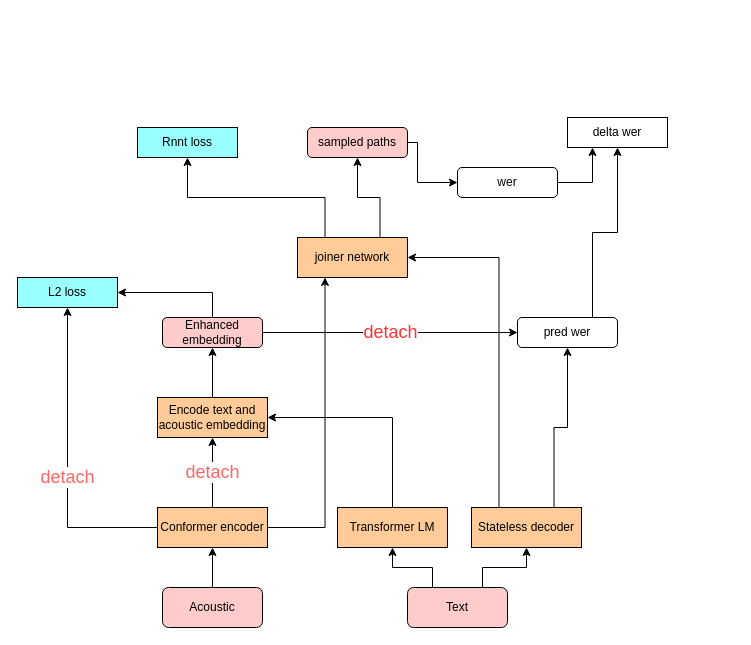
pkufool/drawio keeps this draw.io diagram as work/mbr_structure.drawio. Above is the earlier version. Source tidied: cells renumbered, new cells numbered last; positions are measured from the earlier drawing's top-left corner, leaving out a move shared by most shapes. Both pictures are drawn from the tidied source at 100%, with x=0, y=0 at pixel (17, 117).
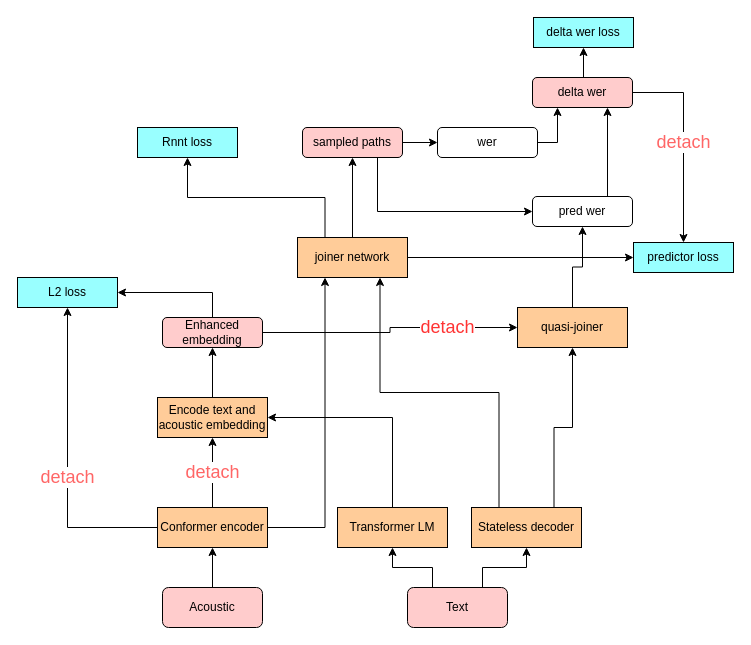
Above is the later version.

The change refers to these unchanged cells:
```xml
<mxCell id="11" value="Stateless decoder" style="rounded=0;whiteSpace=wrap;html=1;fillColor=#FFCC99;" parent="1" vertex="1">
  <mxGeometry x="454" y="390" width="110" height="40" as="geometry" />
</mxCell>
<mxCell id="21" value="Enhanced embedding" style="rounded=1;whiteSpace=wrap;html=1;fillColor=#FFCCCC;" parent="1" vertex="1">
  <mxGeometry x="145" y="200" width="100" height="30" as="geometry" />
</mxCell>
<mxCell id="25" value="joiner network" style="rounded=0;whiteSpace=wrap;html=1;fillColor=#FFCC99;" parent="1" vertex="1">
  <mxGeometry x="280" y="120" width="110" height="40" as="geometry" />
</mxCell>
```

The edit, as a diff of the source:
```diff
@@
-    <mxCell id="9" style="edgeStyle=orthogonalEdgeStyle;rounded=0;jettySize=auto;html=1;exitX=0.25;exitY=0;exitDx=0;exitDy=0;entryX=1;entryY=0.5;entryDx=0;entryDy=0;" parent="1" edge="1" source="11" target="25">
+    <mxCell id="9" style="edgeStyle=orthogonalEdgeStyle;rounded=0;jettySize=auto;html=1;exitX=0.25;exitY=0;exitDx=0;exitDy=0;entryX=0.75;entryY=1;entryDx=0;entryDy=0;" parent="1" edge="1" source="11" target="25">
       <mxGeometry relative="1" as="geometry" />
     </mxCell>
-    <mxCell id="10" style="edgeStyle=orthogonalEdgeStyle;rounded=0;jettySize=auto;html=1;exitX=0.75;exitY=0;exitDx=0;exitDy=0;entryX=0.5;entryY=1;entryDx=0;entryDy=0;" parent="1" edge="1" source="11" target="30">
+    <mxCell id="10" style="edgeStyle=orthogonalEdgeStyle;rounded=0;jettySize=auto;html=1;exitX=0.75;exitY=0;exitDx=0;exitDy=0;entryX=0.5;entryY=1;entryDx=0;entryDy=0;" parent="1" edge="1" source="11" target="39">
       <mxGeometry relative="1" as="geometry" />
     </mxCell>
@@
-    <mxCell id="20" value="&lt;font color=&quot;#ff3333&quot; style=&quot;font-size: 18px;&quot;&gt;detach&lt;/font&gt;" style="edgeStyle=orthogonalEdgeStyle;rounded=0;jettySize=auto;html=1;exitX=1;exitY=0.5;exitDx=0;exitDy=0;entryX=0;entryY=0.5;entryDx=0;entryDy=0;" parent="1" edge="1" source="21" target="30">
-      <mxGeometry relative="1" as="geometry" />
+    <mxCell id="20" value="&lt;font color=&quot;#ff3333&quot; style=&quot;font-size: 18px;&quot;&gt;detach&lt;/font&gt;" style="edgeStyle=orthogonalEdgeStyle;rounded=0;jettySize=auto;html=1;exitX=1;exitY=0.5;exitDx=0;exitDy=0;entryX=0;entryY=0.5;entryDx=0;entryDy=0;" parent="1" edge="1" source="21" target="39">
+      <mxGeometry x="0.46" relative="1" as="geometry" />
     </mxCell>
@@
-    <mxCell id="23" style="edgeStyle=orthogonalEdgeStyle;rounded=0;jettySize=auto;html=1;exitX=0.75;exitY=0;exitDx=0;exitDy=0;entryX=0.5;entryY=1;entryDx=0;entryDy=0;" parent="1" edge="1" source="25" target="27">
+    <mxCell id="23" style="edgeStyle=orthogonalEdgeStyle;rounded=0;jettySize=auto;html=1;exitX=0.5;exitY=0;exitDx=0;exitDy=0;entryX=0.5;entryY=1;entryDx=0;entryDy=0;" parent="1" edge="1" source="25" target="27">
       <mxGeometry relative="1" as="geometry" />
     </mxCell>
@@
+    <mxCell id="34" style="edgeStyle=orthogonalEdgeStyle;rounded=0;jettySize=auto;html=1;exitX=1;exitY=0.5;exitDx=0;exitDy=0;entryX=0;entryY=0.5;entryDx=0;entryDy=0;fontSize=18;fontColor=#FF6666;" parent="1" edge="1" source="25" target="40">
+      <mxGeometry relative="1" as="geometry" />
+    </mxCell>
@@
+    <mxCell id="35" style="edgeStyle=orthogonalEdgeStyle;rounded=0;jettySize=auto;html=1;exitX=0.75;exitY=1;exitDx=0;exitDy=0;entryX=0;entryY=0.5;entryDx=0;entryDy=0;" parent="1" edge="1" source="27" target="30">
+      <mxGeometry relative="1" as="geometry" />
+    </mxCell>
     <mxCell id="26" style="edgeStyle=orthogonalEdgeStyle;rounded=0;jettySize=auto;html=1;exitX=1;exitY=0.5;exitDx=0;exitDy=0;entryX=0;entryY=0.5;entryDx=0;entryDy=0;" parent="1" edge="1" source="27" target="32">
-      <mxGeometry relative="1" as="geometry">
-        <Array as="points">
-          <mxPoint x="400" y="25" />
-          <mxPoint x="400" y="65" />
-        </Array>
-      </mxGeometry>
+      <mxGeometry relative="1" as="geometry" />
     </mxCell>
     <mxCell id="27" value="sampled paths" style="rounded=1;whiteSpace=wrap;html=1;fillColor=#FFCCCC;" parent="1" vertex="1">
-      <mxGeometry x="290" y="10" width="100" height="30" as="geometry" />
+      <mxGeometry x="285" y="10" width="100" height="30" as="geometry" />
     </mxCell>
@@
-    <mxCell id="29" style="edgeStyle=orthogonalEdgeStyle;rounded=0;jettySize=auto;html=1;exitX=0.75;exitY=0;exitDx=0;exitDy=0;" parent="1" edge="1" source="30" target="33">
+    <mxCell id="29" style="edgeStyle=orthogonalEdgeStyle;rounded=0;jettySize=auto;html=1;exitX=0.75;exitY=0;exitDx=0;exitDy=0;entryX=0.75;entryY=1;entryDx=0;entryDy=0;" parent="1" edge="1" source="30" target="33">
       <mxGeometry relative="1" as="geometry" />
     </mxCell>
     <mxCell id="30" value="pred wer" style="rounded=1;whiteSpace=wrap;html=1;" parent="1" vertex="1">
-      <mxGeometry x="500" y="200" width="100" height="30" as="geometry" />
+      <mxGeometry x="515" y="79" width="100" height="30" as="geometry" />
     </mxCell>
@@
     <mxCell id="32" value="wer" style="rounded=1;whiteSpace=wrap;html=1;" parent="1" vertex="1">
-      <mxGeometry x="440" y="50" width="100" height="30" as="geometry" />
+      <mxGeometry x="420" y="10" width="100" height="30" as="geometry" />
     </mxCell>
+    <mxCell id="36" value="&lt;font color=&quot;#ff6666&quot; style=&quot;font-size: 18px;&quot;&gt;detach&lt;/font&gt;" style="edgeStyle=orthogonalEdgeStyle;rounded=0;jettySize=auto;html=1;exitX=1;exitY=0.5;exitDx=0;exitDy=0;entryX=0.5;entryY=0;entryDx=0;entryDy=0;" parent="1" edge="1" source="33" target="40">
+      <mxGeometry relative="1" as="geometry" />
+    </mxCell>
+    <mxCell id="37" style="edgeStyle=orthogonalEdgeStyle;rounded=0;jettySize=auto;html=1;exitX=0.5;exitY=0;exitDx=0;exitDy=0;entryX=0.5;entryY=1;entryDx=0;entryDy=0;" parent="1" edge="1" source="33" target="41">
+      <mxGeometry relative="1" as="geometry" />
+    </mxCell>
-    <mxCell id="33" value="delta wer" style="rounded=0;whiteSpace=wrap;html=1;" parent="1" vertex="1">
-      <mxGeometry x="550" width="100" height="30" as="geometry" />
+    <mxCell id="33" value="delta wer" style="rounded=1;whiteSpace=wrap;html=1;strokeColor=#000000;fillColor=#FFCCCC;" parent="1" vertex="1">
+      <mxGeometry x="515" y="-40" width="100" height="30" as="geometry" />
     </mxCell>
+    <mxCell id="38" style="edgeStyle=orthogonalEdgeStyle;rounded=0;jettySize=auto;html=1;exitX=0.5;exitY=0;exitDx=0;exitDy=0;entryX=0.5;entryY=1;entryDx=0;entryDy=0;" parent="1" edge="1" source="39" target="30">
+      <mxGeometry relative="1" as="geometry" />
+    </mxCell>
+    <mxCell id="39" value="quasi-joiner" style="rounded=0;whiteSpace=wrap;html=1;fillColor=#FFCC99;" parent="1" vertex="1">
+      <mxGeometry x="500" y="190" width="110" height="40" as="geometry" />
+    </mxCell>
+    <mxCell id="40" value="predictor loss" style="rounded=0;whiteSpace=wrap;html=1;fillColor=#99FFFF;" parent="1" vertex="1">
+      <mxGeometry x="616" y="125" width="100" height="30" as="geometry" />
+    </mxCell>
+    <mxCell id="41" value="delta wer loss" style="rounded=0;whiteSpace=wrap;html=1;fillColor=#99FFFF;" parent="1" vertex="1">
+      <mxGeometry x="516" y="-100" width="100" height="30" as="geometry" />
+    </mxCell>
```
